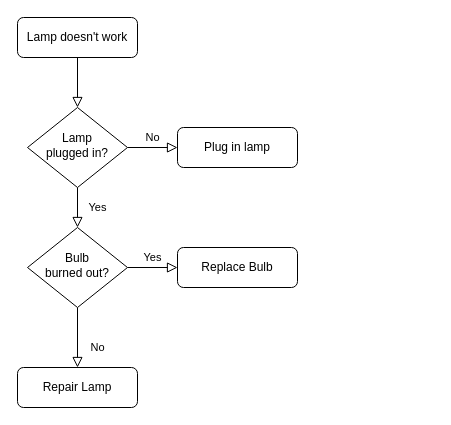
The draw.io diagram Untitled Diagram.drawio in copaflick/Copa-Internacional-, before the edit. Source tidied: cells renumbered, new cells numbered last; positions are measured from the earlier drawing's top-left corner, leaving out a move shared by most shapes. Both pictures are drawn from the tidied source at 100%, with x=0, y=0 at pixel (17, 17).
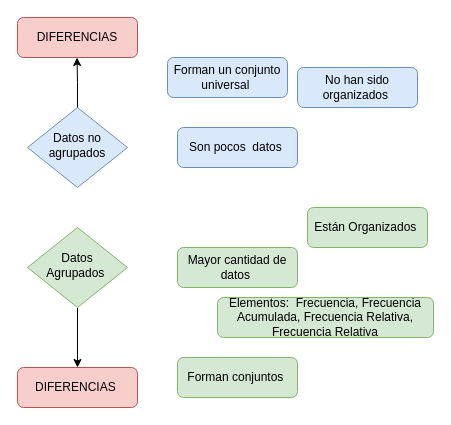
The same diagram, later.

What changed in the source:
```diff
@@
 <mxGraphModel>
   <root>
     <mxCell id="0" />
     <mxCell id="1" parent="0" />
-    <mxCell id="2" style="rounded=0;html=1;jettySize=auto;fontSize=11;endArrow=block;endFill=0;endSize=8;strokeWidth=1;shadow=0;labelBackgroundColor=none;edgeStyle=orthogonalEdgeStyle;" parent="1" edge="1" source="3" target="6">
-      <mxGeometry relative="1" as="geometry" />
-    </mxCell>
-    <mxCell id="3" value="Lamp doesn't work" style="rounded=1;whiteSpace=wrap;html=1;fontSize=12;glass=0;strokeWidth=1;shadow=0;" parent="1" vertex="1">
+    <mxCell id="3" value="DIFERENCIAS" style="rounded=1;whiteSpace=wrap;html=1;fontSize=12;glass=0;strokeWidth=1;shadow=0;fillColor=#f8cecc;strokeColor=#b85450;" parent="1" vertex="1">
       <mxGeometry width="120" height="40" as="geometry" />
     </mxCell>
-    <mxCell id="4" value="Yes" style="rounded=0;html=1;jettySize=auto;fontSize=11;endArrow=block;endFill=0;endSize=8;strokeWidth=1;shadow=0;labelBackgroundColor=none;edgeStyle=orthogonalEdgeStyle;" parent="1" edge="1" source="6" target="10">
-      <mxGeometry y="20" relative="1" as="geometry" />
-    </mxCell>
-    <mxCell id="5" value="No" style="edgeStyle=orthogonalEdgeStyle;rounded=0;html=1;jettySize=auto;fontSize=11;endArrow=block;endFill=0;endSize=8;strokeWidth=1;shadow=0;labelBackgroundColor=none;" parent="1" edge="1" source="6" target="7">
-      <mxGeometry y="10" relative="1" as="geometry" />
-    </mxCell>
-    <mxCell id="6" value="Lamp&lt;br&gt;plugged in?" style="rhombus;whiteSpace=wrap;html=1;shadow=0;fontFamily=Helvetica;fontSize=12;align=center;strokeWidth=1;spacing=6;spacingTop=-4;" parent="1" vertex="1">
+    <mxCell id="6" value="Datos no agrupados" style="rhombus;whiteSpace=wrap;html=1;shadow=0;fontFamily=Helvetica;fontSize=12;align=center;strokeWidth=1;spacing=6;spacingTop=-4;fillColor=#dae8fc;strokeColor=#6c8ebf;" parent="1" vertex="1">
       <mxGeometry x="10" y="90" width="100" height="80" as="geometry" />
     </mxCell>
-    <mxCell id="7" value="Plug in lamp" style="rounded=1;whiteSpace=wrap;html=1;fontSize=12;glass=0;strokeWidth=1;shadow=0;" parent="1" vertex="1">
+    <mxCell id="7" value="Son pocos &amp;nbsp;datos&amp;nbsp;" style="rounded=1;whiteSpace=wrap;html=1;fontSize=12;glass=0;strokeWidth=1;shadow=0;fillColor=#dae8fc;strokeColor=#6c8ebf;" parent="1" vertex="1">
       <mxGeometry x="160" y="110" width="120" height="40" as="geometry" />
     </mxCell>
-    <mxCell id="8" value="No" style="rounded=0;html=1;jettySize=auto;fontSize=11;endArrow=block;endFill=0;endSize=8;strokeWidth=1;shadow=0;labelBackgroundColor=none;edgeStyle=orthogonalEdgeStyle;" parent="1" edge="1" source="10" target="11">
-      <mxGeometry x="0.33" y="20" relative="1" as="geometry" />
+    <mxCell id="8" style="edgeStyle=orthogonalEdgeStyle;rounded=0;jettySize=auto;html=1;exitX=0.5;exitY=1;exitDx=0;exitDy=0;entryX=0.5;entryY=0;entryDx=0;entryDy=0;" parent="1" edge="1" source="10" target="11">
+      <mxGeometry relative="1" as="geometry" />
     </mxCell>
-    <mxCell id="9" value="Yes" style="edgeStyle=orthogonalEdgeStyle;rounded=0;html=1;jettySize=auto;fontSize=11;endArrow=block;endFill=0;endSize=8;strokeWidth=1;shadow=0;labelBackgroundColor=none;" parent="1" edge="1" source="10" target="12">
-      <mxGeometry y="10" relative="1" as="geometry" />
-    </mxCell>
-    <mxCell id="10" value="Bulb&lt;br&gt;burned out?" style="rhombus;whiteSpace=wrap;html=1;shadow=0;fontFamily=Helvetica;fontSize=12;align=center;strokeWidth=1;spacing=6;spacingTop=-4;" parent="1" vertex="1">
+    <mxCell id="10" value="Datos Agrupados&amp;nbsp;" style="rhombus;whiteSpace=wrap;html=1;shadow=0;fontFamily=Helvetica;fontSize=12;align=center;strokeWidth=1;spacing=6;spacingTop=-4;fillColor=#d5e8d4;strokeColor=#82b366;" parent="1" vertex="1">
       <mxGeometry x="10" y="210" width="100" height="80" as="geometry" />
     </mxCell>
-    <mxCell id="11" value="Repair Lamp" style="rounded=1;whiteSpace=wrap;html=1;fontSize=12;glass=0;strokeWidth=1;shadow=0;" parent="1" vertex="1">
+    <mxCell id="11" value="DIFERENCIAS&amp;nbsp;" style="rounded=1;whiteSpace=wrap;html=1;fontSize=12;glass=0;strokeWidth=1;shadow=0;fillColor=#f8cecc;strokeColor=#b85450;" parent="1" vertex="1">
       <mxGeometry y="350" width="120" height="40" as="geometry" />
     </mxCell>
-    <mxCell id="12" value="Replace Bulb" style="rounded=1;whiteSpace=wrap;html=1;fontSize=12;glass=0;strokeWidth=1;shadow=0;" parent="1" vertex="1">
+    <mxCell id="12" value="Mayor cantidad de datos&amp;nbsp;" style="rounded=1;whiteSpace=wrap;html=1;fontSize=12;glass=0;strokeWidth=1;shadow=0;fillColor=#d5e8d4;strokeColor=#82b366;" parent="1" vertex="1">
       <mxGeometry x="160" y="230" width="120" height="40" as="geometry" />
     </mxCell>
+    <mxCell id="13" style="edgeStyle=orthogonalEdgeStyle;rounded=0;orthogonalLoop=1;jettySize=auto;html=1;entryX=0.5;entryY=0;entryDx=0;entryDy=0;" parent="1" edge="1">
+      <mxGeometry relative="1" as="geometry">
+        <mxPoint x="60" y="90" as="sourcePoint" />
+        <mxPoint x="59.5" y="40" as="targetPoint" />
+        <Array as="points">
+          <mxPoint x="60" y="65" />
+        </Array>
+      </mxGeometry>
+    </mxCell>
+    <mxCell id="14" value="Elementos: &amp;nbsp;Frecuencia, Frecuencia Acumulada, Frecuencia Relativa, Frecuencia Relativa" style="rounded=1;whiteSpace=wrap;html=1;fontSize=12;glass=0;strokeWidth=1;shadow=0;fillColor=#d5e8d4;strokeColor=#82b366;" parent="1" vertex="1">
+      <mxGeometry x="200" y="280" width="216" height="40" as="geometry" />
+    </mxCell>
+    <mxCell id="15" value="Están Organizados&amp;nbsp;" style="rounded=1;whiteSpace=wrap;html=1;fontSize=12;glass=0;strokeWidth=1;shadow=0;fillColor=#d5e8d4;strokeColor=#82b366;" parent="1" vertex="1">
+      <mxGeometry x="290" y="190" width="120" height="40" as="geometry" />
+    </mxCell>
+    <mxCell id="16" value="No han sido organizados&amp;nbsp;" style="rounded=1;whiteSpace=wrap;html=1;fontSize=12;glass=0;strokeWidth=1;shadow=0;fillColor=#dae8fc;strokeColor=#6c8ebf;" parent="1" vertex="1">
+      <mxGeometry x="280" y="50" width="120" height="40" as="geometry" />
+    </mxCell>
+    <mxCell id="17" value="Forman conjuntos&amp;nbsp;" style="rounded=1;whiteSpace=wrap;html=1;fontSize=12;glass=0;strokeWidth=1;shadow=0;fillColor=#d5e8d4;strokeColor=#82b366;" parent="1" vertex="1">
+      <mxGeometry x="160" y="340" width="120" height="40" as="geometry" />
+    </mxCell>
+    <mxCell id="18" value="Forman un conjunto universal&amp;nbsp;" style="rounded=1;whiteSpace=wrap;html=1;fontSize=12;glass=0;strokeWidth=1;shadow=0;fillColor=#dae8fc;strokeColor=#6c8ebf;" parent="1" vertex="1">
+      <mxGeometry x="150" y="40" width="120" height="40" as="geometry" />
+    </mxCell>
   </root>
 </mxGraphModel>
```
